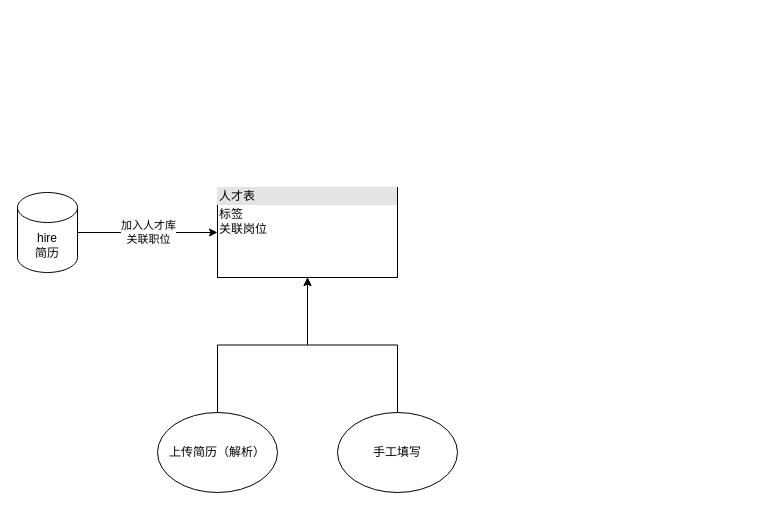
Above: 智能招聘表设计.drawio in diaohancai/diagrams (draw.io), before the change. Source tidied: cells renumbered, new cells numbered last; positions are measured from the earlier drawing's top-left corner, leaving out a move shared by most shapes. Both pictures are drawn from the tidied source at 100%, with x=0, y=0 at pixel (17, 187).
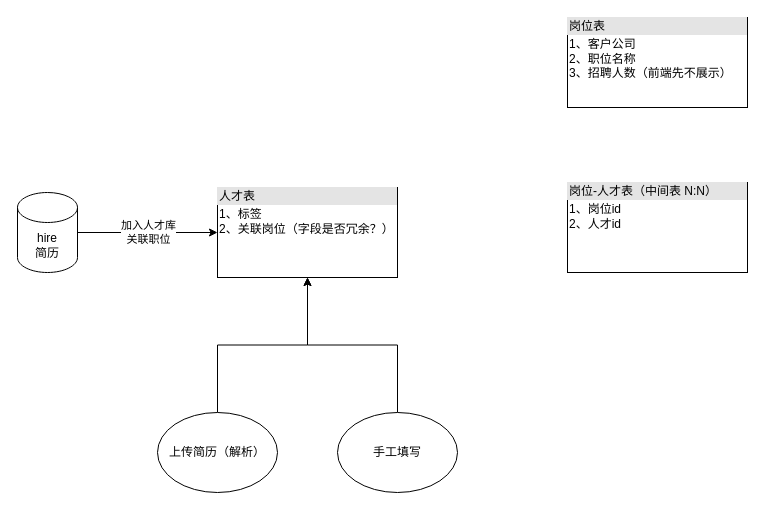
The same page after the edit.

Commit message (it also covers changes not shown here):
Update 智能招聘表设计.drawio

What changed in the source:
```diff
@@
 <mxGraphModel>
   <root>
     <mxCell id="0" />
     <mxCell id="1" parent="0" />
     <mxCell id="2" style="edgeStyle=orthogonalEdgeStyle;rounded=0;jettySize=auto;html=1;" parent="1" edge="1" source="4">
       <mxGeometry relative="1" as="geometry">
         <mxPoint x="200" y="45" as="targetPoint" />
       </mxGeometry>
     </mxCell>
     <mxCell id="3" value="加入人才库&lt;br&gt;关联职位" style="edgeLabel;html=1;align=center;verticalAlign=middle;" parent="2" vertex="1">
       <mxGeometry x="0.01" y="1" relative="1" as="geometry" />
     </mxCell>
     <mxCell id="4" value="hire&lt;br&gt;简历" style="shape=cylinder3;whiteSpace=wrap;html=1;boundedLbl=1;backgroundOutline=1;size=15;" parent="1" vertex="1">
       <mxGeometry y="5" width="60" height="80" as="geometry" />
     </mxCell>
     <mxCell id="5" style="edgeStyle=orthogonalEdgeStyle;rounded=0;jettySize=auto;html=1;entryX=0.5;entryY=1;entryDx=0;entryDy=0;" parent="1" edge="1" source="6" target="9">
       <mxGeometry relative="1" as="geometry" />
     </mxCell>
     <mxCell id="6" value="上传简历（解析）" style="ellipse;whiteSpace=wrap;html=1;" parent="1" vertex="1">
       <mxGeometry x="140" y="225" width="120" height="80" as="geometry" />
     </mxCell>
     <mxCell id="7" style="edgeStyle=orthogonalEdgeStyle;rounded=0;jettySize=auto;html=1;exitX=0.5;exitY=0;exitDx=0;exitDy=0;entryX=0.5;entryY=1;entryDx=0;entryDy=0;" parent="1" edge="1" source="8" target="9">
       <mxGeometry relative="1" as="geometry" />
     </mxCell>
     <mxCell id="8" value="手工填写" style="ellipse;whiteSpace=wrap;html=1;" parent="1" vertex="1">
       <mxGeometry x="320" y="225" width="120" height="80" as="geometry" />
     </mxCell>
-    <mxCell id="9" value="&lt;div style=&quot;box-sizing:border-box;width:100%;background:#e4e4e4;padding:2px;&quot;&gt;人才表&lt;/div&gt;&lt;table style=&quot;width:100%;font-size:1em;&quot; cellpadding=&quot;2&quot; cellspacing=&quot;0&quot;&gt;&lt;tbody&gt;&lt;tr&gt;&lt;td&gt;标签&lt;br&gt;关联岗位&lt;/td&gt;&lt;td&gt;&lt;/td&gt;&lt;/tr&gt;&lt;/tbody&gt;&lt;/table&gt;" style="verticalAlign=top;align=left;overflow=fill;html=1;" parent="1" vertex="1">
+    <mxCell id="9" value="&lt;div style=&quot;box-sizing:border-box;width:100%;background:#e4e4e4;padding:2px;&quot;&gt;人才表&lt;/div&gt;&lt;table style=&quot;width:100%;font-size:1em;&quot; cellpadding=&quot;2&quot; cellspacing=&quot;0&quot;&gt;&lt;tbody&gt;&lt;tr&gt;&lt;td&gt;1、标签&lt;br&gt;2、关联岗位（字段是否冗余？）&lt;/td&gt;&lt;td&gt;&lt;/td&gt;&lt;/tr&gt;&lt;/tbody&gt;&lt;/table&gt;" style="verticalAlign=top;align=left;overflow=fill;html=1;" parent="1" vertex="1">
       <mxGeometry x="200" width="180" height="90" as="geometry" />
     </mxCell>
+    <mxCell id="10" value="&lt;div style=&quot;box-sizing:border-box;width:100%;background:#e4e4e4;padding:2px;&quot;&gt;岗位表&lt;/div&gt;&lt;table style=&quot;width:100%;font-size:1em;&quot; cellpadding=&quot;2&quot; cellspacing=&quot;0&quot;&gt;&lt;tbody&gt;&lt;tr&gt;&lt;td&gt;1、客户公司&lt;br&gt;2、职位名称&lt;br&gt;3、招聘人数（前端先不展示）&lt;/td&gt;&lt;td&gt;&lt;/td&gt;&lt;/tr&gt;&lt;/tbody&gt;&lt;/table&gt;" style="verticalAlign=top;align=left;overflow=fill;html=1;" parent="1" vertex="1">
+      <mxGeometry x="550" y="-170" width="180" height="90" as="geometry" />
+    </mxCell>
+    <mxCell id="11" value="&lt;div style=&quot;box-sizing:border-box;width:100%;background:#e4e4e4;padding:2px;&quot;&gt;岗位-人才表（中间表 N:N）&lt;/div&gt;&lt;table style=&quot;width:100%;font-size:1em;&quot; cellpadding=&quot;2&quot; cellspacing=&quot;0&quot;&gt;&lt;tbody&gt;&lt;tr&gt;&lt;td&gt;1、岗位id&lt;br&gt;2、人才id&lt;/td&gt;&lt;td&gt;&lt;/td&gt;&lt;/tr&gt;&lt;/tbody&gt;&lt;/table&gt;" style="verticalAlign=top;align=left;overflow=fill;html=1;" parent="1" vertex="1">
+      <mxGeometry x="550" y="-5" width="180" height="90" as="geometry" />
+    </mxCell>
   </root>
 </mxGraphModel>
```
